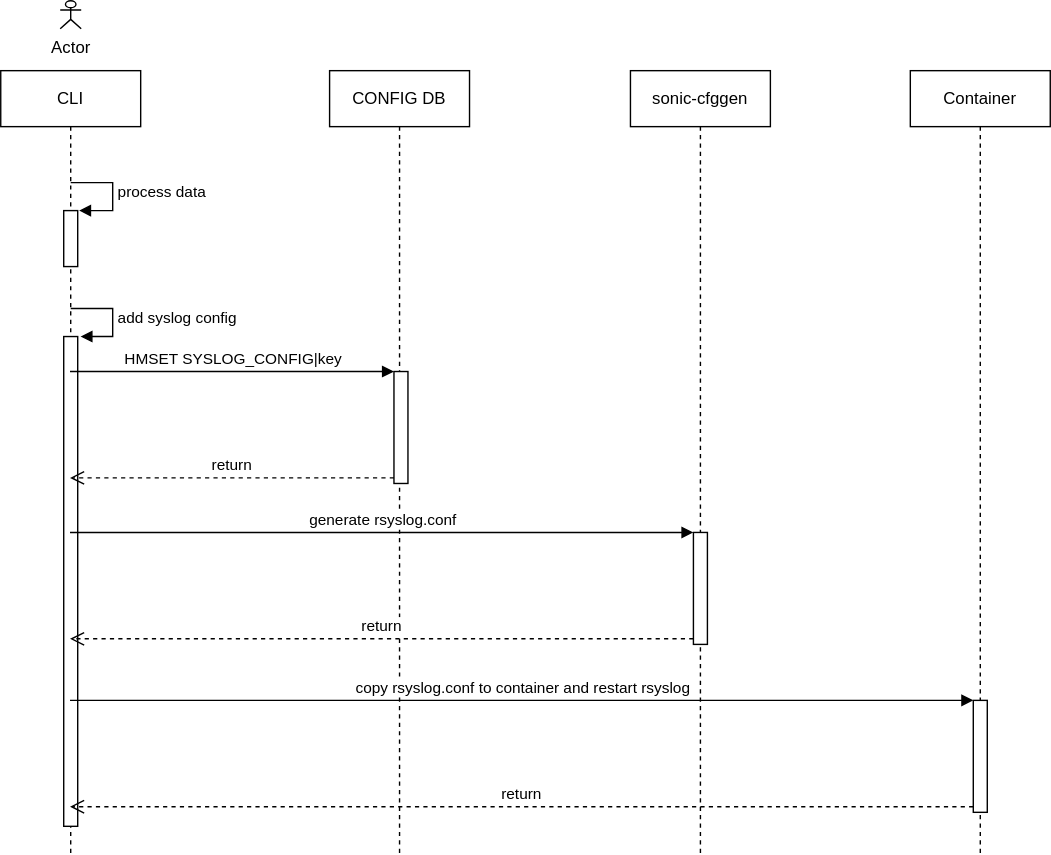
Before: doc/syslog/images/container_rate_limit_config_flow.svg, a diagram exported from draw.io (sonic-net/SONiC). Source tidied: cells renumbered, new cells last; positions are measured from the earlier drawing's top-left corner, leaving out a move shared by most shapes.
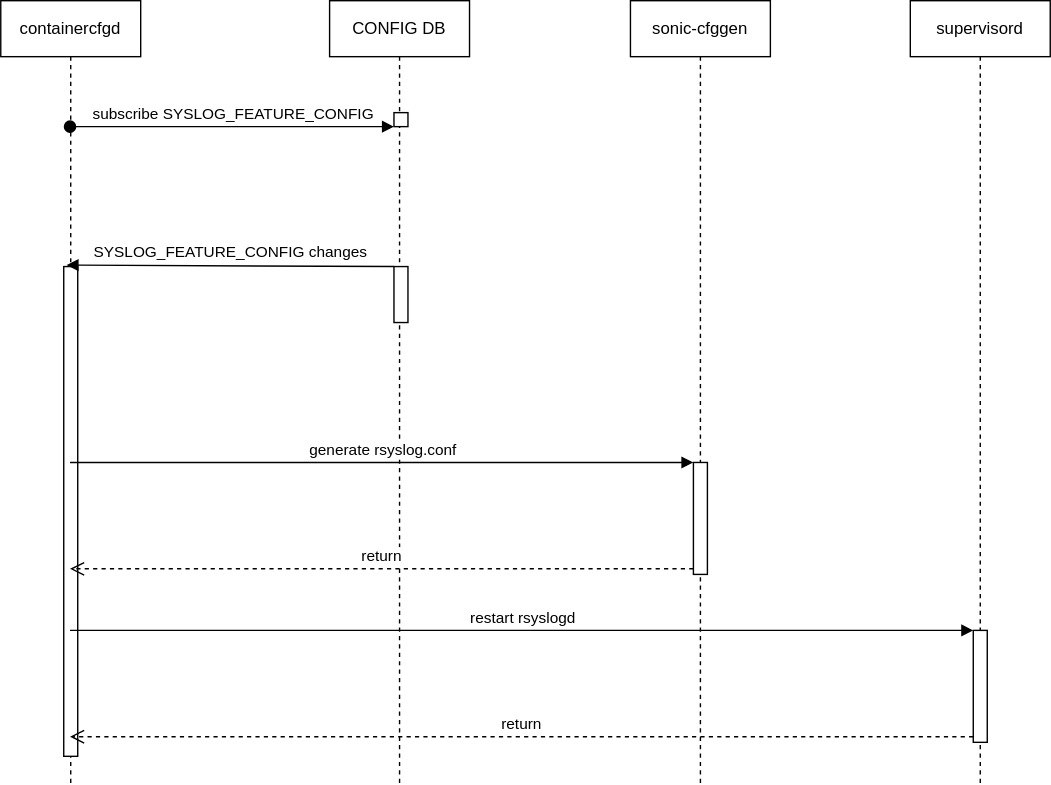
After the commit.

Diff of the diagram source:
```diff
@@ -2,55 +2,28 @@
   <root>
     <mxCell id="0" />
     <mxCell id="1" parent="0" />
-    <mxCell id="2" value="CLI" style="shape=umlLifeline;perimeter=lifelinePerimeter;whiteSpace=wrap;html=1;outlineConnect=0;" parent="1" vertex="1">
+    <mxCell id="2" value="containercfgd" style="shape=umlLifeline;perimeter=lifelinePerimeter;whiteSpace=wrap;html=1;outlineConnect=0;" parent="1" vertex="1">
       <mxGeometry y="50" width="100" height="560" as="geometry" />
     </mxCell>
-    <mxCell id="3" style="html=1;perimeter=orthogonalPerimeter;" parent="2" vertex="1">
-      <mxGeometry x="45" y="100" width="10" height="40" as="geometry" />
-    </mxCell>
-    <mxCell id="4" value="process data" style="edgeStyle=orthogonalEdgeStyle;html=1;align=left;spacingLeft=2;endArrow=block;rounded=0;entryX=1;entryY=0;" parent="2" edge="1">
-      <mxGeometry relative="1" as="geometry">
-        <mxPoint x="50" y="80" as="sourcePoint" />
-        <mxPoint x="56" y="100" as="targetPoint" />
-        <Array as="points">
-          <mxPoint x="80" y="80" />
-        </Array>
-      </mxGeometry>
-    </mxCell>
     <mxCell id="5" style="html=1;points=[];perimeter=orthogonalPerimeter;" parent="2" vertex="1">
       <mxGeometry x="45" y="190" width="10" height="350" as="geometry" />
     </mxCell>
-    <mxCell id="6" value="add syslog config" style="edgeStyle=orthogonalEdgeStyle;html=1;align=left;spacingLeft=2;endArrow=block;rounded=0;entryX=1;entryY=0;" parent="2" edge="1">
-      <mxGeometry relative="1" as="geometry">
-        <mxPoint x="50" y="170" as="sourcePoint" />
-        <mxPoint x="57" y="190" as="targetPoint" />
-        <Array as="points">
-          <mxPoint x="80" y="170" />
-        </Array>
-      </mxGeometry>
-    </mxCell>
-    <mxCell id="7" value="Actor" style="shape=umlActor;verticalLabelPosition=bottom;verticalAlign=top;html=1;" parent="1" vertex="1">
-      <mxGeometry x="42.5" width="15" height="20" as="geometry" />
-    </mxCell>
     <mxCell id="8" value="CONFIG DB" style="shape=umlLifeline;perimeter=lifelinePerimeter;whiteSpace=wrap;html=1;" parent="1" vertex="1">
       <mxGeometry x="235" y="50" width="100" height="560" as="geometry" />
     </mxCell>
     <mxCell id="9" style="html=1;points=[];perimeter=orthogonalPerimeter;" parent="8" vertex="1">
-      <mxGeometry x="46" y="215" width="10" height="80" as="geometry" />
+      <mxGeometry x="46" y="190" width="10" height="40" as="geometry" />
     </mxCell>
+    <mxCell id="20" style="html=1;points=[];perimeter=orthogonalPerimeter;" parent="8" vertex="1">
+      <mxGeometry x="46" y="80" width="10" height="10" as="geometry" />
+    </mxCell>
     <mxCell id="10" value="sonic-cfggen" style="shape=umlLifeline;perimeter=lifelinePerimeter;whiteSpace=wrap;html=1;" parent="1" vertex="1">
       <mxGeometry x="450" y="50" width="100" height="560" as="geometry" />
     </mxCell>
     <mxCell id="11" style="html=1;points=[];perimeter=orthogonalPerimeter;" parent="10" vertex="1">
       <mxGeometry x="45" y="330" width="10" height="80" as="geometry" />
     </mxCell>
-    <mxCell id="12" value="HMSET SYSLOG_CONFIG|key" style="html=1;verticalAlign=bottom;endArrow=block;entryX=0;entryY=0;" parent="1" edge="1" source="2" target="9">
-      <mxGeometry relative="1" as="geometry" />
-    </mxCell>
-    <mxCell id="13" value="return" style="html=1;verticalAlign=bottom;endArrow=open;dashed=1;endSize=8;exitX=0;exitY=0.95;" parent="1" edge="1" source="9" target="2">
-      <mxGeometry relative="1" as="geometry" />
-    </mxCell>
-    <mxCell id="14" value="Container" style="shape=umlLifeline;perimeter=lifelinePerimeter;whiteSpace=wrap;html=1;" parent="1" vertex="1">
+    <mxCell id="14" value="supervisord" style="shape=umlLifeline;perimeter=lifelinePerimeter;whiteSpace=wrap;html=1;" parent="1" vertex="1">
       <mxGeometry x="650" y="50" width="100" height="560" as="geometry" />
     </mxCell>
     <mxCell id="15" style="html=1;points=[];perimeter=orthogonalPerimeter;" parent="14" vertex="1">
@@ -62,11 +35,17 @@
     <mxCell id="17" value="return" style="html=1;verticalAlign=bottom;endArrow=open;dashed=1;endSize=8;exitX=0;exitY=0.95;" parent="1" edge="1" source="11" target="2">
       <mxGeometry relative="1" as="geometry" />
     </mxCell>
-    <mxCell id="18" value="copy rsyslog.conf to container and restart rsyslog" style="html=1;verticalAlign=bottom;endArrow=block;entryX=0;entryY=0;" parent="1" edge="1" source="2" target="15">
+    <mxCell id="18" value="restart rsyslogd" style="html=1;verticalAlign=bottom;endArrow=block;entryX=0;entryY=0;" parent="1" edge="1" source="2" target="15">
       <mxGeometry relative="1" as="geometry" />
     </mxCell>
     <mxCell id="19" value="return" style="html=1;verticalAlign=bottom;endArrow=open;dashed=1;endSize=8;exitX=0;exitY=0.95;" parent="1" edge="1" source="15" target="2">
       <mxGeometry relative="1" as="geometry" />
     </mxCell>
+    <mxCell id="21" value="subscribe SYSLOG_FEATURE_CONFIG" style="html=1;verticalAlign=bottom;startArrow=oval;endArrow=block;startSize=8;" parent="1" edge="1" source="2" target="20">
+      <mxGeometry relative="1" as="geometry" />
+    </mxCell>
+    <mxCell id="22" value="SYSLOG_FEATURE_CONFIG changes" style="html=1;verticalAlign=bottom;endArrow=block;entryX=0.2;entryY=-0.003;entryDx=0;entryDy=0;entryPerimeter=0;" parent="1" edge="1" source="9" target="5">
+      <mxGeometry relative="1" as="geometry" />
+    </mxCell>
   </root>
 </mxGraphModel>
```
